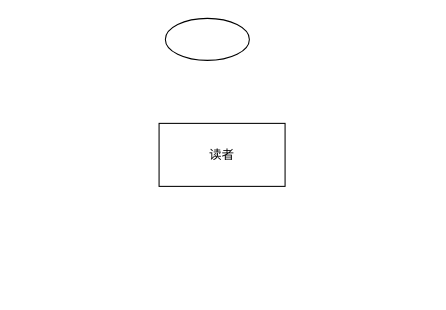
Before: 未命名绘图.drawio in evenxiao/wenxiao.github.io, a draw.io diagram. Source tidied: cells renumbered, new cells numbered last; positions are measured from the earlier drawing's top-left corner, leaving out a move shared by most shapes. Both pictures are drawn from the tidied source at 105%, with x=0, y=0 at pixel (159, 18).
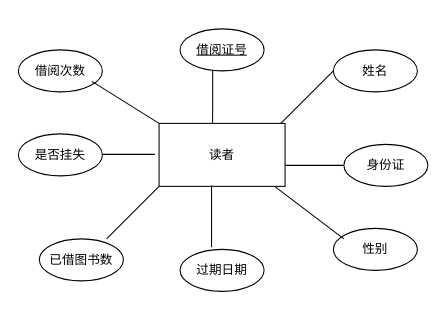
After the change.

Commit message (it also covers changes not shown here):
更新未命名绘图.drawio

The change refers to these unchanged cells:
```xml
<mxCell id="2" value="读者" style="rounded=0;whiteSpace=wrap;html=1;" parent="1" vertex="1">
  <mxGeometry y="100" width="120" height="60" as="geometry" />
</mxCell>
```

Change to the diagram source:
```diff
@@
-    <mxCell id="3" style="ellipse;whiteSpace=wrap;html=1;" parent="1" vertex="1">
-      <mxGeometry x="6" width="80" height="40" as="geometry" />
+    <mxCell id="3" value="&lt;u&gt;借阅证号&lt;/u&gt;" style="ellipse;whiteSpace=wrap;html=1;" parent="1" vertex="1">
+      <mxGeometry x="20" y="10" width="80" height="40" as="geometry" />
     </mxCell>
+    <mxCell id="4" value="姓名" style="ellipse;whiteSpace=wrap;html=1;" parent="1" vertex="1">
+      <mxGeometry x="166" y="30" width="80" height="40" as="geometry" />
+    </mxCell>
+    <mxCell id="5" value="身份证" style="ellipse;whiteSpace=wrap;html=1;" parent="1" vertex="1">
+      <mxGeometry x="176" y="120" width="80" height="40" as="geometry" />
+    </mxCell>
+    <mxCell id="6" value="性别" style="ellipse;whiteSpace=wrap;html=1;" parent="1" vertex="1">
+      <mxGeometry x="166" y="200" width="80" height="40" as="geometry" />
+    </mxCell>
+    <mxCell id="7" value="过期日期" style="ellipse;whiteSpace=wrap;html=1;" parent="1" vertex="1">
+      <mxGeometry x="20" y="220" width="80" height="40" as="geometry" />
+    </mxCell>
+    <mxCell id="8" value="是否挂失" style="ellipse;whiteSpace=wrap;html=1;" parent="1" vertex="1">
+      <mxGeometry x="-134" y="110" width="80" height="40" as="geometry" />
+    </mxCell>
+    <mxCell id="9" value="借阅次数" style="ellipse;whiteSpace=wrap;html=1;" parent="1" vertex="1">
+      <mxGeometry x="-134" y="30" width="80" height="40" as="geometry" />
+    </mxCell>
+    <mxCell id="10" value="已借图书数" style="ellipse;whiteSpace=wrap;html=1;" parent="1" vertex="1">
+      <mxGeometry x="-114" y="210" width="80" height="40" as="geometry" />
+    </mxCell>
+    <mxCell id="11" style="endArrow=none;html=1;exitX=0.425;exitY=0;exitDx=0;exitDy=0;exitPerimeter=0;entryX=0.388;entryY=0.975;entryDx=0;entryDy=0;entryPerimeter=0;" parent="1" edge="1" source="2" target="3">
+      <mxGeometry relative="1" as="geometry" />
+    </mxCell>
+    <mxCell id="12" style="endArrow=none;html=1;" parent="1" edge="1">
+      <mxGeometry relative="1" as="geometry">
+        <mxPoint x="-54" y="129.5" as="sourcePoint" />
+        <mxPoint x="-4" y="129.5" as="targetPoint" />
+      </mxGeometry>
+    </mxCell>
+    <mxCell id="13" style="endArrow=none;html=1;" parent="1" edge="1" target="5">
+      <mxGeometry relative="1" as="geometry">
+        <mxPoint x="120" y="140" as="sourcePoint" />
+      </mxGeometry>
+    </mxCell>
+    <mxCell id="14" style="endArrow=none;html=1;exitX=0.917;exitY=1;exitDx=0;exitDy=0;exitPerimeter=0;" parent="1" edge="1" source="2">
+      <mxGeometry relative="1" as="geometry">
+        <mxPoint x="176" y="210" as="targetPoint" />
+      </mxGeometry>
+    </mxCell>
+    <mxCell id="15" style="endArrow=none;html=1;entryX=0.375;entryY=-0.05;entryDx=0;entryDy=0;entryPerimeter=0;" parent="1" edge="1" target="7">
+      <mxGeometry relative="1" as="geometry">
+        <mxPoint x="50" y="159" as="sourcePoint" />
+      </mxGeometry>
+    </mxCell>
+    <mxCell id="16" style="endArrow=none;html=1;" parent="1" edge="1">
+      <mxGeometry relative="1" as="geometry">
+        <mxPoint x="-50" y="210" as="sourcePoint" />
+        <mxPoint y="160" as="targetPoint" />
+      </mxGeometry>
+    </mxCell>
+    <mxCell id="17" style="endArrow=none;html=1;" parent="1" edge="1">
+      <mxGeometry relative="1" as="geometry">
+        <mxPoint x="116" y="100" as="sourcePoint" />
+        <mxPoint x="166" y="50" as="targetPoint" />
+      </mxGeometry>
+    </mxCell>
+    <mxCell id="18" style="endArrow=none;html=1;entryX=0;entryY=0;entryDx=0;entryDy=0;" parent="1" edge="1" target="2">
+      <mxGeometry relative="1" as="geometry">
+        <mxPoint x="-64" y="60" as="sourcePoint" />
+      </mxGeometry>
+    </mxCell>
```
